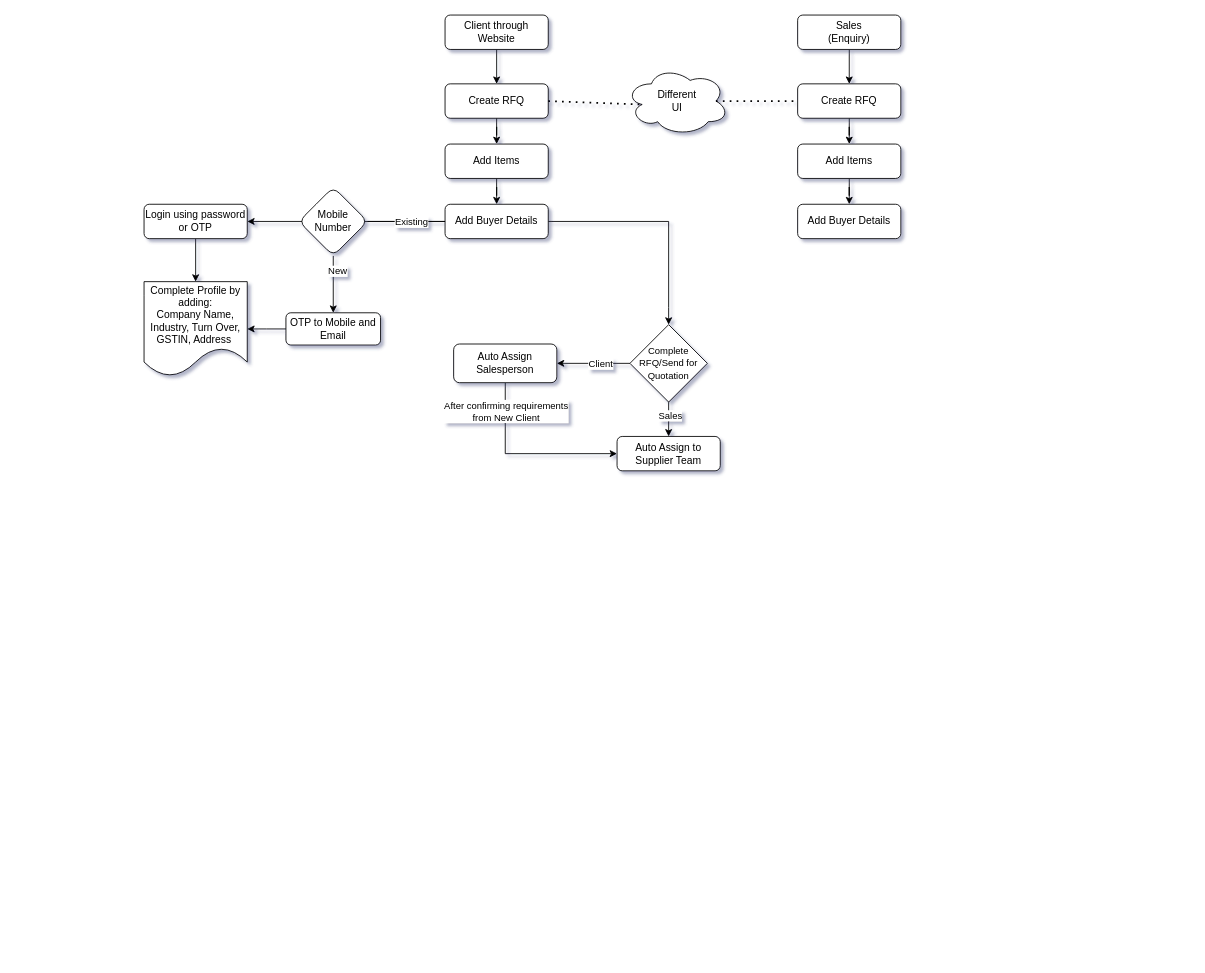
Earlier version of the draw.io diagram Untitled Diagram.drawio (VimanyuAggarwal/PracticeRepository). Source tidied: cells renumbered, new cells numbered last; positions are measured from the earlier drawing's top-left corner, leaving out a move shared by most shapes. Both pictures are drawn from the tidied source at 86%, with x=0, y=0 at pixel (144, 15).
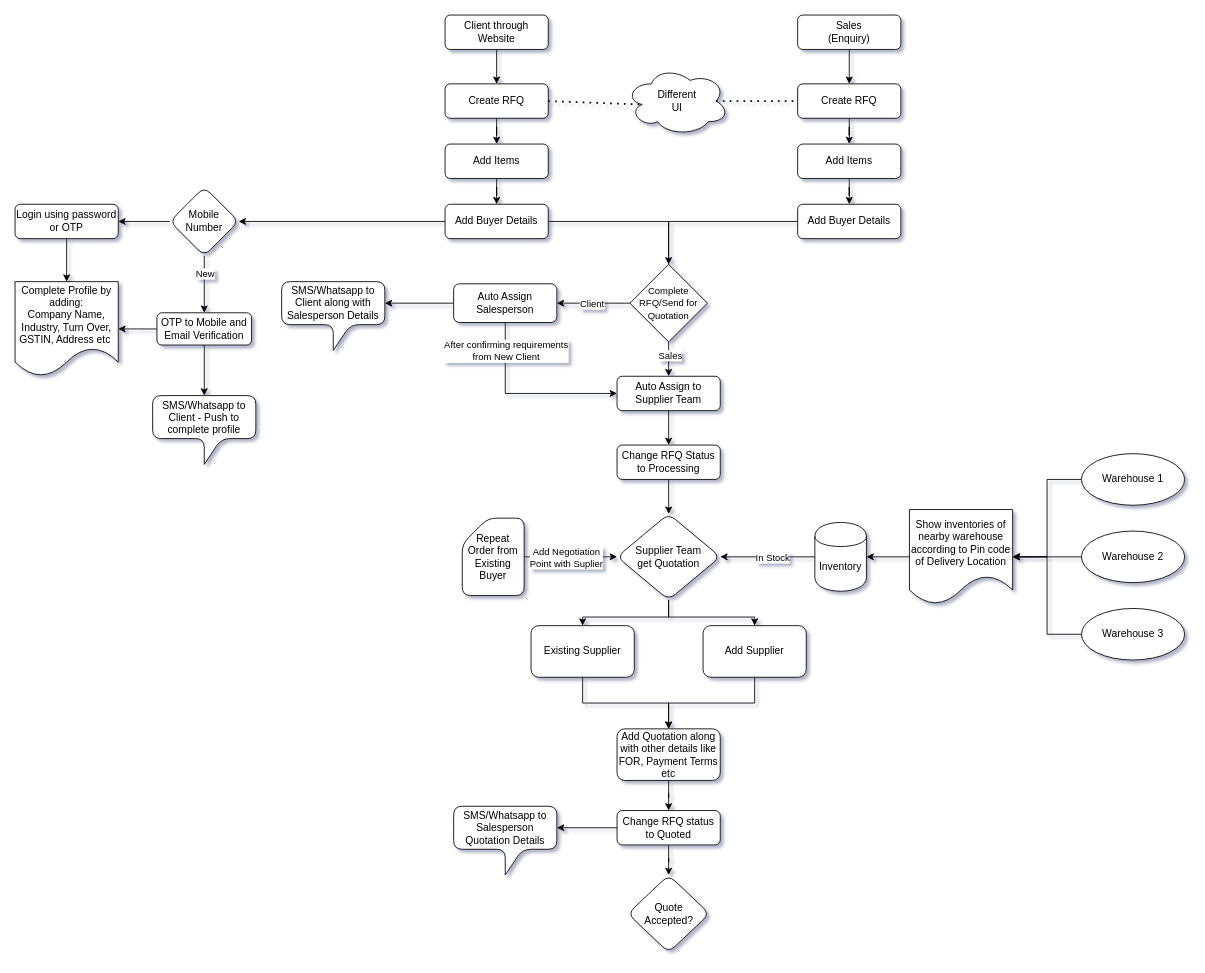
After the change.

Unchanged cells that the change refers to:
```xml
<mxCell id="11" value="Add Buyer Details" style="whiteSpace=wrap;html=1;rounded=1;shadow=0;strokeWidth=1;glass=0;" parent="1" vertex="1">
  <mxGeometry x="350" y="220" width="120" height="40" as="geometry" />
</mxCell>
<mxCell id="12" style="edgeStyle=orthogonalEdgeStyle;rounded=0;jettySize=auto;html=1;" parent="1" edge="1" source="16" target="19">
  <mxGeometry relative="1" as="geometry" />
</mxCell>
<mxCell id="23" style="edgeStyle=orthogonalEdgeStyle;rounded=0;jettySize=auto;html=1;" parent="1" edge="1" source="25" target="29">
  <mxGeometry relative="1" as="geometry" />
</mxCell>
<mxCell id="35" value="Add Buyer Details" style="whiteSpace=wrap;html=1;rounded=1;shadow=0;strokeWidth=1;glass=0;" parent="1" vertex="1">
  <mxGeometry x="760" y="220" width="120" height="40" as="geometry" />
</mxCell>
```

The edit, as a diff of the source:
```diff
@@
+    <mxCell id="39" style="edgeStyle=orthogonalEdgeStyle;rounded=0;jettySize=auto;html=1;entryX=1;entryY=0.5;entryDx=0;entryDy=0;" parent="1" edge="1" source="11" target="25">
+      <mxGeometry relative="1" as="geometry" />
+    </mxCell>
@@
     <mxCell id="13" value="Client" style="edgeLabel;html=1;align=center;verticalAlign=middle;" parent="12" vertex="1">
-      <mxGeometry x="-0.18" relative="1" as="geometry" />
+      <mxGeometry x="-0.18" relative="1" as="geometry">
+        <mxPoint x="-10" as="offset" />
+      </mxGeometry>
     </mxCell>
@@
     <mxCell id="16" value="&lt;span&gt;&lt;font style=&quot;font-size: 11px&quot;&gt;Complete RFQ/Send for Quotation&lt;/font&gt;&lt;/span&gt;" style="rhombus;whiteSpace=wrap;html=1;" parent="1" vertex="1">
-      <mxGeometry x="565" y="360" width="90" height="90" as="geometry" />
+      <mxGeometry x="565" y="290" width="90" height="90" as="geometry" />
     </mxCell>
     <mxCell id="17" style="edgeStyle=orthogonalEdgeStyle;rounded=0;jettySize=auto;html=1;entryX=0;entryY=0.5;entryDx=0;entryDy=0;" parent="1" edge="1" source="19" target="20">
       <mxGeometry relative="1" as="geometry">
         <Array as="points">
-          <mxPoint x="420" y="510" />
+          <mxPoint x="420" y="440" />
         </Array>
       </mxGeometry>
     </mxCell>
@@
+    <mxCell id="40" style="edgeStyle=orthogonalEdgeStyle;rounded=0;jettySize=auto;html=1;entryX=0;entryY=0;entryDx=120;entryDy=25;entryPerimeter=0;" parent="1" edge="1" source="19" target="51">
+      <mxGeometry relative="1" as="geometry" />
+    </mxCell>
     <mxCell id="19" value="Auto Assign Salesperson" style="whiteSpace=wrap;html=1;rounded=1;" parent="1" vertex="1">
-      <mxGeometry x="360" y="382.5" width="120" height="45" as="geometry" />
+      <mxGeometry x="360" y="312.5" width="120" height="45" as="geometry" />
     </mxCell>
+    <mxCell id="41" style="edgeStyle=orthogonalEdgeStyle;rounded=0;jettySize=auto;html=1;" parent="1" edge="1" source="20" target="50">
+      <mxGeometry relative="1" as="geometry" />
+    </mxCell>
     <mxCell id="20" value="Auto Assign to Supplier Team" style="whiteSpace=wrap;html=1;shadow=0;rounded=1;" parent="1" vertex="1">
-      <mxGeometry x="550" y="490" width="120" height="40" as="geometry" />
+      <mxGeometry x="550" y="420" width="120" height="40" as="geometry" />
     </mxCell>
-    <mxCell id="21" style="edgeStyle=orthogonalEdgeStyle;rounded=0;jettySize=auto;html=1;" parent="1" edge="1" source="25" target="27">
-      <mxGeometry relative="1" as="geometry">
-        <Array as="points">
-          <mxPoint x="350" y="240" />
-          <mxPoint x="350" y="240" />
-        </Array>
-      </mxGeometry>
-    </mxCell>
-    <mxCell id="22" value="Existing" style="edgeLabel;html=1;align=center;verticalAlign=middle;" parent="21" vertex="1">
-      <mxGeometry x="-0.24" y="1" relative="1" as="geometry">
-        <mxPoint x="-8" y="-1" as="offset" />
-      </mxGeometry>
-    </mxCell>
@@
     <mxCell id="24" value="New" style="edgeLabel;html=1;align=center;verticalAlign=middle;" parent="23" vertex="1">
       <mxGeometry x="-0.19" y="2" relative="1" as="geometry">
-        <mxPoint x="2" y="-10" as="offset" />
+        <mxPoint x="-2" y="-7" as="offset" />
       </mxGeometry>
     </mxCell>
+    <mxCell id="21" style="edgeStyle=orthogonalEdgeStyle;rounded=0;jettySize=auto;html=1;entryX=1;entryY=0.5;entryDx=0;entryDy=0;" parent="1" edge="1" source="25" target="27">
+      <mxGeometry relative="1" as="geometry" />
+    </mxCell>
     <mxCell id="25" value="Mobile Number" style="rhombus;whiteSpace=wrap;html=1;rounded=1;shadow=0;strokeWidth=1;glass=0;" parent="1" vertex="1">
-      <mxGeometry x="180" y="200" width="80" height="80" as="geometry" />
+      <mxGeometry x="30" y="200" width="80" height="80" as="geometry" />
     </mxCell>
@@
     <mxCell id="27" value="Login using password or OTP" style="whiteSpace=wrap;html=1;rounded=1;shadow=0;strokeWidth=1;glass=0;" parent="1" vertex="1">
-      <mxGeometry y="220" width="120" height="40" as="geometry" />
+      <mxGeometry x="-150" y="220" width="120" height="40" as="geometry" />
     </mxCell>
@@
+    <mxCell id="42" style="edgeStyle=orthogonalEdgeStyle;rounded=0;jettySize=auto;html=1;" parent="1" edge="1" source="29" target="53">
+      <mxGeometry relative="1" as="geometry" />
+    </mxCell>
-    <mxCell id="29" value="OTP to Mobile and Email" style="whiteSpace=wrap;html=1;rounded=1;shadow=0;strokeWidth=1;glass=0;" parent="1" vertex="1">
-      <mxGeometry x="165" y="346.2" width="110" height="37.5" as="geometry" />
+    <mxCell id="29" value="OTP to Mobile and Email Verification" style="whiteSpace=wrap;html=1;rounded=1;shadow=0;strokeWidth=1;glass=0;" parent="1" vertex="1">
+      <mxGeometry x="15" y="346.2" width="110" height="37.5" as="geometry" />
     </mxCell>
-    <mxCell id="30" value="&lt;span&gt;Complete Profile by adding:&lt;br&gt;Company Name, Industry, Turn Over, GSTIN, Address&amp;nbsp;&lt;br&gt;&lt;/span&gt;" style="shape=document;whiteSpace=wrap;html=1;boundedLbl=1;rounded=1;shadow=0;strokeWidth=1;glass=0;" parent="1" vertex="1">
-      <mxGeometry y="310" width="120" height="110" as="geometry" />
+    <mxCell id="30" value="&lt;span&gt;Complete Profile by adding:&lt;br&gt;Company Name, Industry, Turn Over, GSTIN, Address etc&amp;nbsp;&lt;br&gt;&lt;/span&gt;" style="shape=document;whiteSpace=wrap;html=1;boundedLbl=1;rounded=1;shadow=0;strokeWidth=1;glass=0;" parent="1" vertex="1">
+      <mxGeometry x="-150" y="310" width="120" height="110" as="geometry" />
     </mxCell>
@@
+    <mxCell id="43" style="edgeStyle=orthogonalEdgeStyle;rounded=0;jettySize=auto;html=1;" parent="1" edge="1" source="35" target="16">
+      <mxGeometry relative="1" as="geometry" />
+    </mxCell>
@@
+    <mxCell id="44" style="edgeStyle=orthogonalEdgeStyle;rounded=0;jettySize=auto;html=1;" parent="1" edge="1" source="45" target="48">
+      <mxGeometry relative="1" as="geometry" />
+    </mxCell>
+    <mxCell id="45" value="Add Quotation along with other details like FOR, Payment Terms etc" style="whiteSpace=wrap;html=1;rounded=1;shadow=0;" parent="1" vertex="1">
+      <mxGeometry x="550" y="830" width="120" height="60" as="geometry" />
+    </mxCell>
+    <mxCell id="46" style="edgeStyle=orthogonalEdgeStyle;rounded=0;jettySize=auto;html=1;entryX=0;entryY=0;entryDx=120;entryDy=25;entryPerimeter=0;" parent="1" edge="1" source="48" target="52">
+      <mxGeometry relative="1" as="geometry" />
+    </mxCell>
+    <mxCell id="47" style="edgeStyle=orthogonalEdgeStyle;rounded=0;jettySize=auto;html=1;" parent="1" edge="1" source="48" target="75">
+      <mxGeometry relative="1" as="geometry" />
+    </mxCell>
+    <mxCell id="48" value="Change RFQ status to Quoted" style="whiteSpace=wrap;html=1;rounded=1;shadow=0;" parent="1" vertex="1">
+      <mxGeometry x="550" y="925" width="120" height="40" as="geometry" />
+    </mxCell>
+    <mxCell id="49" style="edgeStyle=orthogonalEdgeStyle;rounded=0;jettySize=auto;html=1;entryX=0.5;entryY=0;entryDx=0;entryDy=0;" parent="1" edge="1" source="50" target="56">
+      <mxGeometry relative="1" as="geometry" />
+    </mxCell>
+    <mxCell id="50" value="Change RFQ Status to Processing" style="whiteSpace=wrap;html=1;shadow=0;rounded=1;" parent="1" vertex="1">
+      <mxGeometry x="550" y="500" width="120" height="40" as="geometry" />
+    </mxCell>
+    <mxCell id="51" value="SMS/Whatsapp to Client along with Salesperson Details" style="shape=callout;rounded=1;whiteSpace=wrap;html=1;perimeter=calloutPerimeter;base=20;" parent="1" vertex="1">
+      <mxGeometry x="160" y="310" width="120" height="80" as="geometry" />
+    </mxCell>
+    <mxCell id="52" value="&lt;span&gt;SMS/Whatsapp to Salesperson Quotation Details&lt;/span&gt;" style="shape=callout;rounded=1;whiteSpace=wrap;html=1;perimeter=calloutPerimeter;shadow=0;" parent="1" vertex="1">
+      <mxGeometry x="360" y="920" width="120" height="80" as="geometry" />
+    </mxCell>
+    <mxCell id="53" value="SMS/Whatsapp to Client - Push to complete profile" style="shape=callout;rounded=1;whiteSpace=wrap;html=1;perimeter=calloutPerimeter;shadow=0;strokeWidth=1;glass=0;" parent="1" vertex="1">
+      <mxGeometry x="10" y="442.5" width="120" height="80" as="geometry" />
+    </mxCell>
+    <mxCell id="54" style="edgeStyle=orthogonalEdgeStyle;rounded=0;jettySize=auto;html=1;entryX=0.5;entryY=0;entryDx=0;entryDy=0;" parent="1" edge="1" source="56" target="72">
+      <mxGeometry relative="1" as="geometry">
+        <Array as="points">
+          <mxPoint x="610" y="700" />
+          <mxPoint x="710" y="700" />
+        </Array>
+      </mxGeometry>
+    </mxCell>
+    <mxCell id="55" style="edgeStyle=orthogonalEdgeStyle;rounded=0;jettySize=auto;html=1;entryX=0.5;entryY=0;entryDx=0;entryDy=0;" parent="1" edge="1" source="56" target="74">
+      <mxGeometry relative="1" as="geometry">
+        <Array as="points">
+          <mxPoint x="610" y="700" />
+          <mxPoint x="510" y="700" />
+        </Array>
+      </mxGeometry>
+    </mxCell>
+    <mxCell id="56" value="&lt;span&gt;Supplier Team&lt;br&gt;get Quotation&lt;/span&gt;" style="rhombus;whiteSpace=wrap;html=1;rounded=1;shadow=0;" parent="1" vertex="1">
+      <mxGeometry x="550" y="580" width="120" height="100" as="geometry" />
+    </mxCell>
+    <mxCell id="57" style="edgeStyle=orthogonalEdgeStyle;rounded=0;jettySize=auto;html=1;entryX=1;entryY=0.5;entryDx=0;entryDy=0;" parent="1" edge="1" source="59" target="56">
+      <mxGeometry relative="1" as="geometry" />
+    </mxCell>
+    <mxCell id="58" value="In Stock" style="edgeLabel;html=1;align=center;verticalAlign=middle;" parent="57" vertex="1">
+      <mxGeometry x="0.33" y="-1" relative="1" as="geometry">
+        <mxPoint x="23" y="1" as="offset" />
+      </mxGeometry>
+    </mxCell>
+    <mxCell id="59" value="Inventory" style="shape=cylinder;whiteSpace=wrap;html=1;boundedLbl=1;backgroundOutline=1;rounded=1;shadow=0;" parent="1" vertex="1">
+      <mxGeometry x="780" y="590" width="60" height="80" as="geometry" />
+    </mxCell>
+    <mxCell id="60" style="edgeStyle=orthogonalEdgeStyle;rounded=0;jettySize=auto;html=1;entryX=0;entryY=0.5;entryDx=0;entryDy=0;" parent="1" edge="1" source="62" target="56">
+      <mxGeometry relative="1" as="geometry" />
+    </mxCell>
+    <mxCell id="61" value="Add Negotiation &lt;br&gt;Point with Suplier" style="edgeLabel;html=1;align=center;verticalAlign=middle;" parent="60" vertex="1">
+      <mxGeometry x="-0.29" y="1" relative="1" as="geometry">
+        <mxPoint x="10" y="1" as="offset" />
+      </mxGeometry>
+    </mxCell>
+    <mxCell id="62" value="Repeat Order from Existing Buyer" style="shape=card;whiteSpace=wrap;html=1;rounded=1;shadow=0;" parent="1" vertex="1">
+      <mxGeometry x="370" y="585" width="72" height="90" as="geometry" />
+    </mxCell>
+    <mxCell id="63" style="edgeStyle=orthogonalEdgeStyle;rounded=0;jettySize=auto;html=1;entryX=1;entryY=0.5;entryDx=0;entryDy=0;" parent="1" edge="1" source="64" target="59">
+      <mxGeometry relative="1" as="geometry" />
+    </mxCell>
+    <mxCell id="64" value="Show inventories of nearby warehouse according to Pin code of Delivery Location" style="shape=document;whiteSpace=wrap;html=1;boundedLbl=1;rounded=1;shadow=0;" parent="1" vertex="1">
+      <mxGeometry x="890" y="575" width="120" height="110" as="geometry" />
+    </mxCell>
+    <mxCell id="65" style="edgeStyle=orthogonalEdgeStyle;rounded=0;jettySize=auto;html=1;entryX=1;entryY=0.5;entryDx=0;entryDy=0;" parent="1" edge="1" source="66" target="64">
+      <mxGeometry relative="1" as="geometry" />
+    </mxCell>
+    <mxCell id="66" value="Warehouse 1" style="ellipse;whiteSpace=wrap;html=1;rounded=1;shadow=0;" parent="1" vertex="1">
+      <mxGeometry x="1090" y="510" width="120" height="60" as="geometry" />
+    </mxCell>
+    <mxCell id="67" style="edgeStyle=orthogonalEdgeStyle;rounded=0;jettySize=auto;html=1;entryX=1;entryY=0.5;entryDx=0;entryDy=0;" parent="1" edge="1" source="68" target="64">
+      <mxGeometry relative="1" as="geometry" />
+    </mxCell>
+    <mxCell id="68" value="Warehouse 2" style="ellipse;whiteSpace=wrap;html=1;rounded=1;shadow=0;" parent="1" vertex="1">
+      <mxGeometry x="1090" y="600" width="120" height="60" as="geometry" />
+    </mxCell>
+    <mxCell id="69" style="edgeStyle=orthogonalEdgeStyle;rounded=0;jettySize=auto;html=1;entryX=1;entryY=0.5;entryDx=0;entryDy=0;" parent="1" edge="1" source="70" target="64">
+      <mxGeometry relative="1" as="geometry" />
+    </mxCell>
+    <mxCell id="70" value="Warehouse 3" style="ellipse;whiteSpace=wrap;html=1;rounded=1;shadow=0;" parent="1" vertex="1">
+      <mxGeometry x="1090" y="690" width="120" height="60" as="geometry" />
+    </mxCell>
+    <mxCell id="71" style="edgeStyle=orthogonalEdgeStyle;rounded=0;jettySize=auto;html=1;entryX=0.5;entryY=0;entryDx=0;entryDy=0;" parent="1" edge="1" source="72" target="45">
+      <mxGeometry relative="1" as="geometry">
+        <Array as="points">
+          <mxPoint x="710" y="800" />
+          <mxPoint x="610" y="800" />
+        </Array>
+      </mxGeometry>
+    </mxCell>
+    <mxCell id="72" value="Add Supplier" style="whiteSpace=wrap;html=1;rounded=1;shadow=0;" parent="1" vertex="1">
+      <mxGeometry x="650" y="710" width="120" height="60" as="geometry" />
+    </mxCell>
+    <mxCell id="73" style="edgeStyle=orthogonalEdgeStyle;rounded=0;jettySize=auto;html=1;entryX=0.5;entryY=0;entryDx=0;entryDy=0;" parent="1" edge="1" source="74" target="45">
+      <mxGeometry relative="1" as="geometry" />
+    </mxCell>
+    <mxCell id="74" value="Existing Supplier" style="whiteSpace=wrap;html=1;rounded=1;shadow=0;" parent="1" vertex="1">
+      <mxGeometry x="450" y="710" width="120" height="60" as="geometry" />
+    </mxCell>
+    <mxCell id="75" value="Quote &lt;br&gt;Accepted?" style="rhombus;whiteSpace=wrap;html=1;rounded=1;shadow=0;" parent="1" vertex="1">
+      <mxGeometry x="562.5" y="1000" width="95" height="90" as="geometry" />
+    </mxCell>
```
